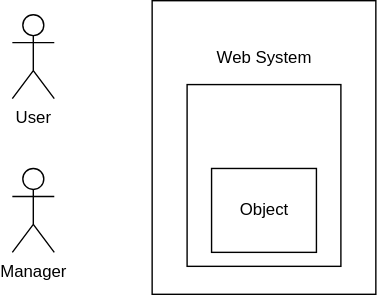
This is Drawio/2.1.1.drawio.svg from CCCpeggy/Reservatio-system, a draw.io export, as it was before one commit. Source tidied: cells renumbered, new cells last; positions are measured from the earlier drawing's top-left corner, leaving out a move shared by most shapes.
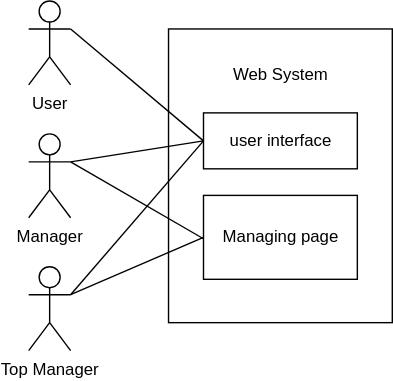
Later version of the same file.

Diff of the diagram source:
```diff
@@ -2,20 +2,46 @@
   <root>
     <mxCell id="0" />
     <mxCell id="1" parent="0" />
-    <mxCell id="2" value="User" style="shape=umlActor;verticalLabelPosition=bottom;verticalAlign=top;html=1;" parent="1" vertex="1">
-      <mxGeometry y="10" width="30" height="60" as="geometry" />
+    <mxCell id="2" value="Manager" style="shape=umlActor;verticalLabelPosition=bottom;verticalAlign=top;html=1;" parent="1" vertex="1">
+      <mxGeometry y="75" width="30" height="60" as="geometry" />
     </mxCell>
-    <mxCell id="3" value="Web System&lt;br&gt;&lt;br&gt;&lt;br&gt;&lt;br&gt;&lt;br&gt;&lt;br&gt;&lt;br&gt;&lt;br&gt;&lt;br&gt;&lt;br&gt;" style="html=1;" parent="1" vertex="1">
+    <mxCell id="3" value="&lt;blockquote style=&quot;margin: 0 0 0 40px ; border: none ; padding: 0px&quot;&gt;&lt;/blockquote&gt;Web System&lt;br&gt;&lt;blockquote style=&quot;margin: 0 0 0 40px ; border: none ; padding: 0px&quot;&gt;&lt;br&gt;&lt;br&gt;&lt;br&gt;&lt;br&gt;&lt;br&gt;&lt;br&gt;&lt;/blockquote&gt;&lt;br&gt;&lt;br&gt;&lt;br&gt;&lt;br&gt;" style="html=1;" parent="1" vertex="1">
       <mxGeometry x="100" width="160" height="210" as="geometry" />
     </mxCell>
-    <mxCell id="4" value="Manager" style="shape=umlActor;verticalLabelPosition=bottom;verticalAlign=top;html=1;" parent="1" vertex="1">
-      <mxGeometry y="120" width="30" height="60" as="geometry" />
+    <mxCell id="4" value="Top Manager" style="shape=umlActor;verticalLabelPosition=bottom;verticalAlign=top;html=1;" parent="1" vertex="1">
+      <mxGeometry y="170" width="30" height="60" as="geometry" />
     </mxCell>
-    <mxCell id="5" style="html=1;" parent="1" vertex="1">
-      <mxGeometry x="125" y="60" width="110" height="130" as="geometry" />
+    <mxCell id="5" value="user interface" style="html=1;verticalAlign=middle;align=center;" parent="1" vertex="1">
+      <mxGeometry x="125" y="60" width="110" height="40" as="geometry" />
     </mxCell>
-    <mxCell id="6" value="Object" style="html=1;" parent="1" vertex="1">
-      <mxGeometry x="142.5" y="120" width="75" height="60" as="geometry" />
+    <mxCell id="6" value="Managing page" style="html=1;" parent="1" vertex="1">
+      <mxGeometry x="125" y="119" width="110" height="60" as="geometry" />
     </mxCell>
+    <mxCell id="7" value="User" style="shape=umlActor;verticalLabelPosition=bottom;verticalAlign=top;html=1;" parent="1" vertex="1">
+      <mxGeometry y="-20" width="30" height="60" as="geometry" />
+    </mxCell>
+    <mxCell id="8" style="endArrow=none;html=1;entryX=0;entryY=0.5;entryDx=0;entryDy=0;exitX=1;exitY=0.3333333333333333;exitDx=0;exitDy=0;exitPerimeter=0;" parent="1" edge="1" source="4" target="6">
+      <mxGeometry relative="1" as="geometry" />
+    </mxCell>
+    <mxCell id="9" style="endArrow=none;html=1;exitX=1;exitY=0.3333333333333333;exitDx=0;exitDy=0;exitPerimeter=0;" parent="1" edge="1" source="2">
+      <mxGeometry relative="1" as="geometry">
+        <mxPoint x="125" y="150" as="targetPoint" />
+      </mxGeometry>
+    </mxCell>
+    <mxCell id="10" style="endArrow=none;html=1;exitX=1;exitY=0.3333333333333333;exitDx=0;exitDy=0;exitPerimeter=0;" parent="1" edge="1" source="7">
+      <mxGeometry relative="1" as="geometry">
+        <mxPoint x="125" y="80" as="targetPoint" />
+      </mxGeometry>
+    </mxCell>
+    <mxCell id="11" style="endArrow=none;html=1;exitX=1;exitY=0.3333333333333333;exitDx=0;exitDy=0;exitPerimeter=0;" parent="1" edge="1" source="2">
+      <mxGeometry relative="1" as="geometry">
+        <mxPoint x="125" y="80" as="targetPoint" />
+      </mxGeometry>
+    </mxCell>
+    <mxCell id="12" style="endArrow=none;html=1;exitX=1;exitY=0.3333333333333333;exitDx=0;exitDy=0;exitPerimeter=0;" parent="1" edge="1" source="4">
+      <mxGeometry relative="1" as="geometry">
+        <mxPoint x="125" y="80" as="targetPoint" />
+      </mxGeometry>
+    </mxCell>
   </root>
 </mxGraphModel>
```
